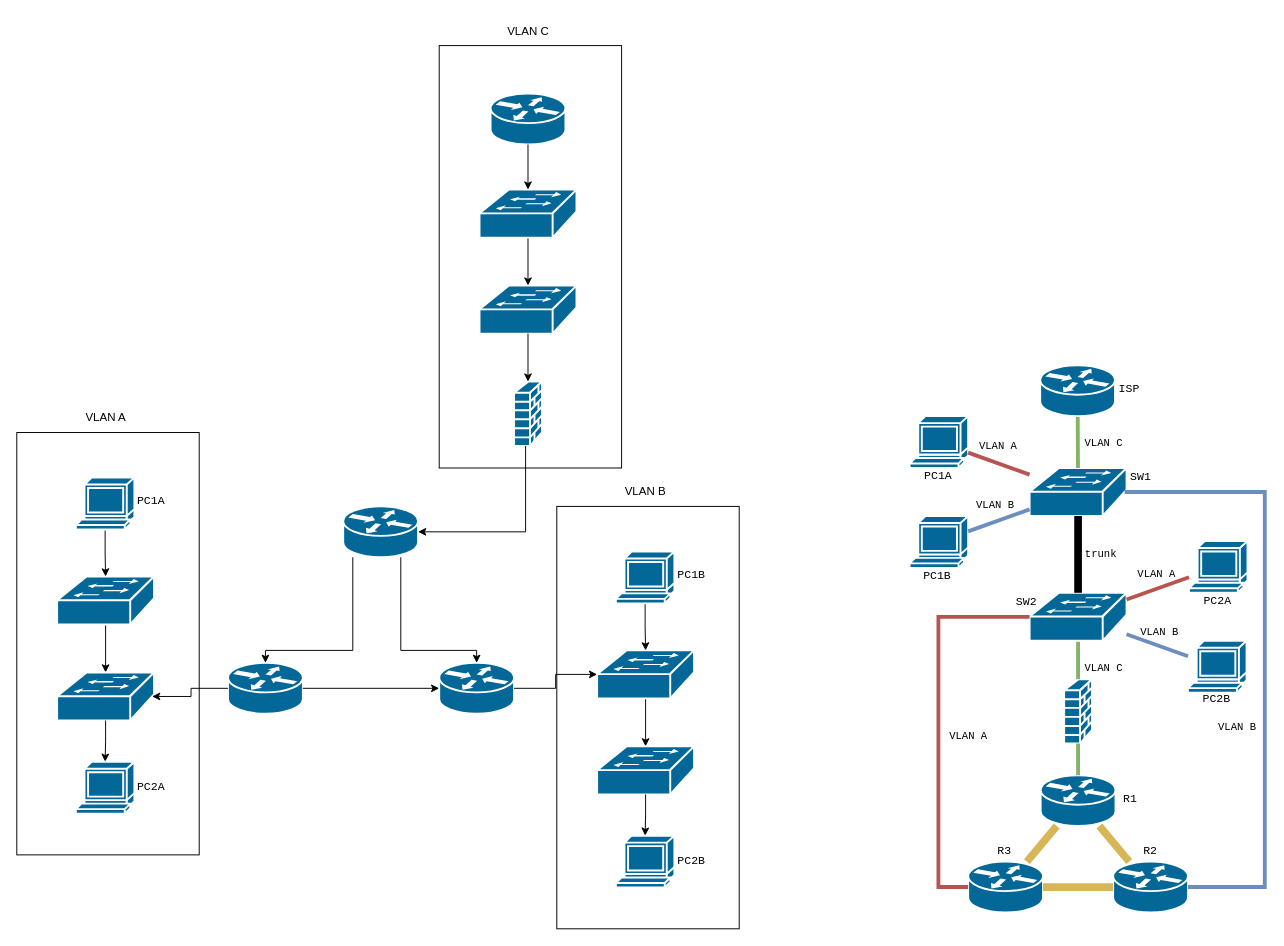
phatt-23/web keeps this draw.io diagram as l3_topologie.drawio. Above is the earlier version. Source tidied: cells renumbered, new cells numbered last; positions are measured from the earlier drawing's top-left corner, leaving out a move shared by most shapes. Both pictures are drawn from the tidied source at 96%, with x=0, y=0 at pixel (16, 16).
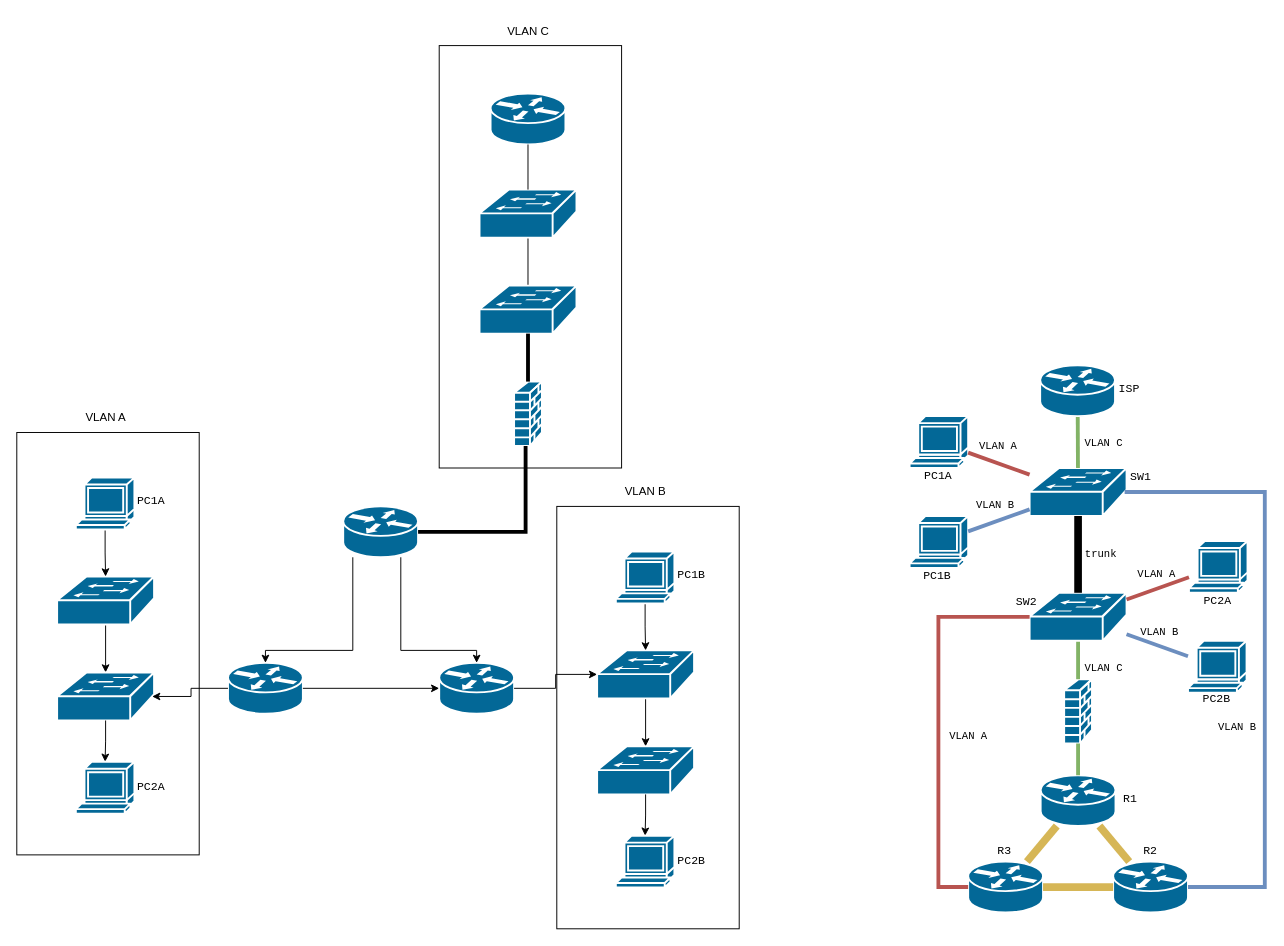
The same page after the edit.

The change refers to these unchanged cells:
```xml
<mxCell id="47" style="shape=mxgraph.cisco.routers.router;sketch=0;html=1;dashed=0;fillColor=#036897;strokeColor=#ffffff;strokeWidth=2;verticalLabelPosition=bottom;verticalAlign=top;align=center;outlineConnect=0;" parent="1" vertex="1">
  <mxGeometry x="340" y="510" width="78" height="53" as="geometry" />
</mxCell>
<mxCell id="50" style="shape=mxgraph.cisco.security.firewall;sketch=0;html=1;dashed=0;fillColor=#036897;strokeColor=#ffffff;strokeWidth=2;verticalLabelPosition=bottom;verticalAlign=top;align=center;outlineConnect=0;" parent="1" vertex="1">
  <mxGeometry x="518" y="380" width="29" height="67" as="geometry" />
</mxCell>
<mxCell id="52" style="shape=mxgraph.cisco.switches.workgroup_switch;sketch=0;html=1;dashed=0;fillColor=#036897;strokeColor=#ffffff;strokeWidth=2;verticalLabelPosition=bottom;verticalAlign=top;align=center;outlineConnect=0;" parent="1" vertex="1">
  <mxGeometry x="482" y="180" width="101" height="50" as="geometry" />
</mxCell>
<mxCell id="53" style="shape=mxgraph.cisco.switches.workgroup_switch;sketch=0;html=1;dashed=0;fillColor=#036897;strokeColor=#ffffff;strokeWidth=2;verticalLabelPosition=bottom;verticalAlign=top;align=center;outlineConnect=0;" parent="1" vertex="1">
  <mxGeometry x="482" y="280" width="101" height="50" as="geometry" />
</mxCell>
<mxCell id="54" style="shape=mxgraph.cisco.routers.router;sketch=0;html=1;dashed=0;fillColor=#036897;strokeColor=#ffffff;strokeWidth=2;verticalLabelPosition=bottom;verticalAlign=top;align=center;outlineConnect=0;" parent="1" vertex="1">
  <mxGeometry x="493.5" y="80" width="78" height="53" as="geometry" />
</mxCell>
```

The edit, as a diff of the source:
```diff
@@
-    <mxCell id="51" style="edgeStyle=orthogonalEdgeStyle;rounded=0;jettySize=auto;html=1;" parent="1" edge="1" source="52" target="53">
+    <mxCell id="51" style="edgeStyle=orthogonalEdgeStyle;rounded=0;jettySize=auto;html=1;endArrow=none;endFill=0;" parent="1" edge="1" source="52" target="53">
       <mxGeometry relative="1" as="geometry" />
     </mxCell>
@@
-    <mxCell id="55" style="edgeStyle=orthogonalEdgeStyle;rounded=0;jettySize=auto;html=1;entryX=1;entryY=0.5;entryDx=0;entryDy=0;entryPerimeter=0;" parent="1" edge="1" source="50" target="47">
+    <mxCell id="55" style="edgeStyle=orthogonalEdgeStyle;rounded=0;jettySize=auto;html=1;entryX=1;entryY=0.5;entryDx=0;entryDy=0;entryPerimeter=0;endArrow=none;endFill=0;strokeWidth=4;" parent="1" edge="1" source="50" target="47">
       <mxGeometry relative="1" as="geometry">
         <Array as="points">
           <mxPoint x="530" y="537" />
         </Array>
       </mxGeometry>
     </mxCell>
-    <mxCell id="56" style="edgeStyle=orthogonalEdgeStyle;rounded=0;jettySize=auto;html=1;entryX=0.5;entryY=0;entryDx=0;entryDy=0;entryPerimeter=0;" parent="1" edge="1" source="53" target="50">
+    <mxCell id="56" style="edgeStyle=orthogonalEdgeStyle;rounded=0;jettySize=auto;html=1;entryX=0.5;entryY=0;entryDx=0;entryDy=0;entryPerimeter=0;endArrow=none;endFill=0;strokeWidth=4;" parent="1" edge="1" source="53" target="50">
       <mxGeometry relative="1" as="geometry" />
     </mxCell>
@@
-    <mxCell id="58" style="edgeStyle=orthogonalEdgeStyle;rounded=0;jettySize=auto;html=1;entryX=0.5;entryY=0;entryDx=0;entryDy=0;entryPerimeter=0;" parent="1" edge="1" source="54" target="52">
+    <mxCell id="58" style="edgeStyle=orthogonalEdgeStyle;rounded=0;jettySize=auto;html=1;entryX=0.5;entryY=0;entryDx=0;entryDy=0;entryPerimeter=0;endArrow=none;endFill=0;" parent="1" edge="1" source="54" target="52">
       <mxGeometry relative="1" as="geometry" />
     </mxCell>
```
